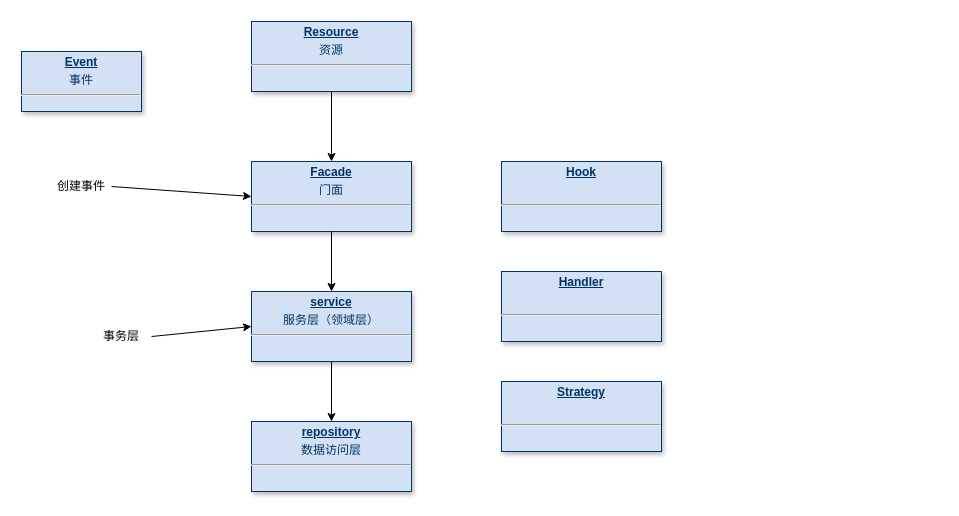
The draw.io diagram page "代码结构" (15 of 21) of 美one.drawio in rockywade/draw, before the edit. Source tidied: cells renumbered, new cells numbered last; positions are measured from the earlier drawing's top-left corner, leaving out a move shared by most shapes. Both pictures are drawn from the tidied source at 100%, with x=0, y=0 at pixel (21, 21).
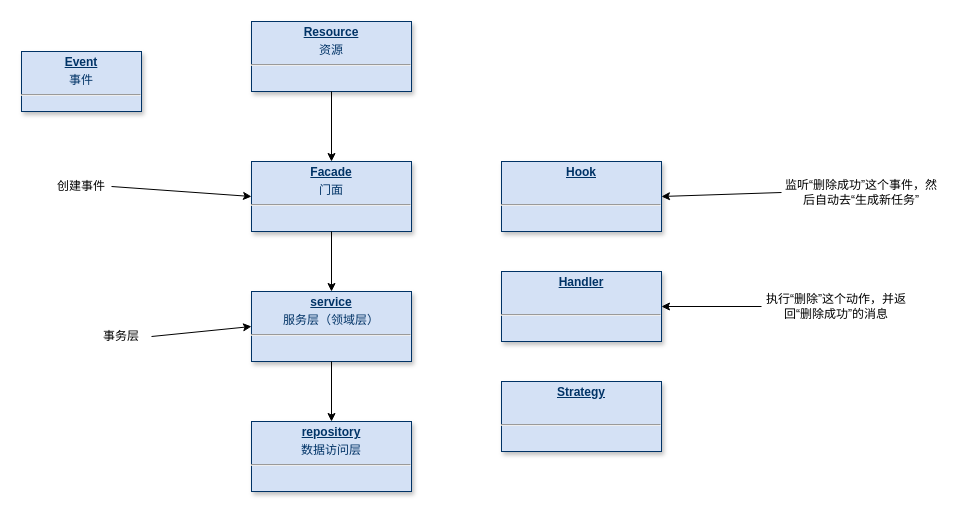
The same diagram, later.

The change refers to these unchanged cells:
```xml
<mxCell id="6" value="&lt;p style=&quot;margin: 4px 0px 0px; text-align: center;&quot;&gt;&lt;b&gt;&lt;u&gt;Hook&lt;/u&gt;&lt;/b&gt;&lt;/p&gt;&lt;p style=&quot;margin: 4px 0px 0px; text-align: center;&quot;&gt;&lt;br&gt;&lt;/p&gt;&lt;hr&gt;&lt;p style=&quot;margin: 0px; margin-left: 8px;&quot;&gt;&lt;br&gt;&lt;/p&gt;" style="verticalAlign=top;align=left;overflow=fill;fontSize=12;fontFamily=Helvetica;html=1;strokeColor=#003366;shadow=1;fillColor=#D4E1F5;fontColor=#003366;" parent="1" vertex="1">
  <mxGeometry x="480" y="140" width="160" height="70" as="geometry" />
</mxCell>
<mxCell id="7" value="&lt;p style=&quot;margin: 4px 0px 0px; text-align: center;&quot;&gt;&lt;b&gt;&lt;u&gt;Handler&lt;/u&gt;&lt;/b&gt;&lt;/p&gt;&lt;p style=&quot;margin: 4px 0px 0px; text-align: center;&quot;&gt;&lt;br&gt;&lt;/p&gt;&lt;hr&gt;&lt;p style=&quot;margin: 0px; margin-left: 8px;&quot;&gt;&lt;br&gt;&lt;/p&gt;" style="verticalAlign=top;align=left;overflow=fill;fontSize=12;fontFamily=Helvetica;html=1;strokeColor=#003366;shadow=1;fillColor=#D4E1F5;fontColor=#003366;" parent="1" vertex="1">
  <mxGeometry x="480" y="250" width="160" height="70" as="geometry" />
</mxCell>
```

Diff of the diagram source:
```diff
@@
+    <mxCell id="17" value="监听“删除成功”这个事件，然后自动去“生成新任务”" style="text;html=1;whiteSpace=wrap;strokeColor=none;fillColor=none;align=center;verticalAlign=middle;rounded=0;" parent="1" vertex="1">
+      <mxGeometry x="760" y="156" width="160" height="30" as="geometry" />
+    </mxCell>
+    <mxCell id="18" value="执行“删除”这个动作，并返回“删除成功”的消息" style="text;html=1;whiteSpace=wrap;strokeColor=none;fillColor=none;align=center;verticalAlign=middle;rounded=0;" parent="1" vertex="1">
+      <mxGeometry x="740" y="270" width="150" height="30" as="geometry" />
+    </mxCell>
+    <mxCell id="19" style="endArrow=classic;html=1;rounded=0;entryX=1;entryY=0.5;entryDx=0;entryDy=0;exitX=0;exitY=0.5;exitDx=0;exitDy=0;" parent="1" edge="1" source="18" target="7">
+      <mxGeometry relative="1" as="geometry" />
+    </mxCell>
+    <mxCell id="20" style="endArrow=classic;html=1;rounded=0;entryX=1;entryY=0.5;entryDx=0;entryDy=0;exitX=0;exitY=0.5;exitDx=0;exitDy=0;" parent="1" edge="1" source="17" target="6">
+      <mxGeometry relative="1" as="geometry" />
+    </mxCell>
```
